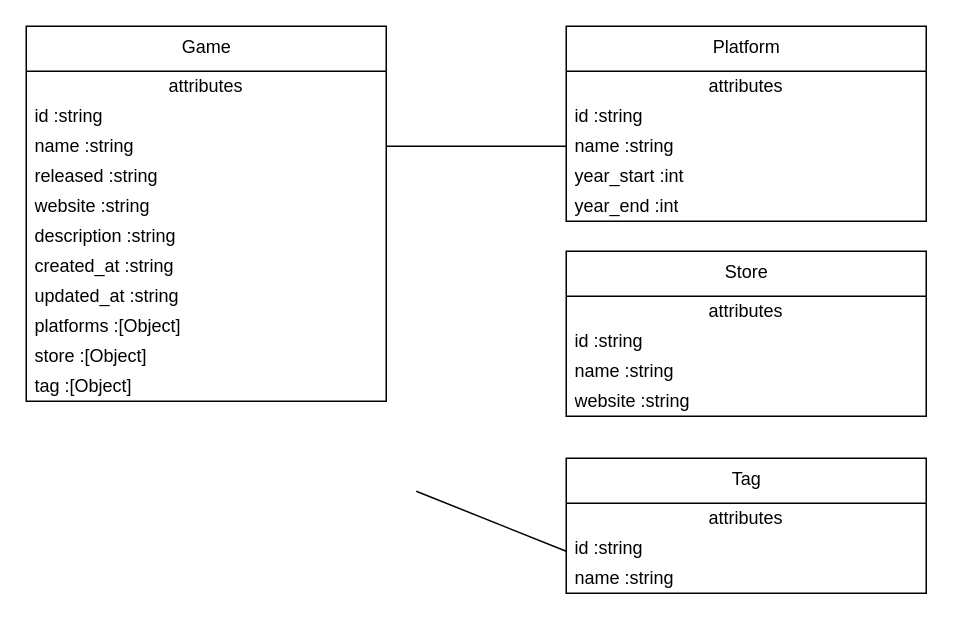
This is architecture/class-diagram.drawio from gmatozinho/games-api, a draw.io file, before an edit. Source tidied: cells renumbered, new cells numbered last; positions are measured from the earlier drawing's top-left corner, leaving out a move shared by most shapes. Both pictures are drawn from the tidied source at 150%, with x=0, y=0 at pixel (26, 26).
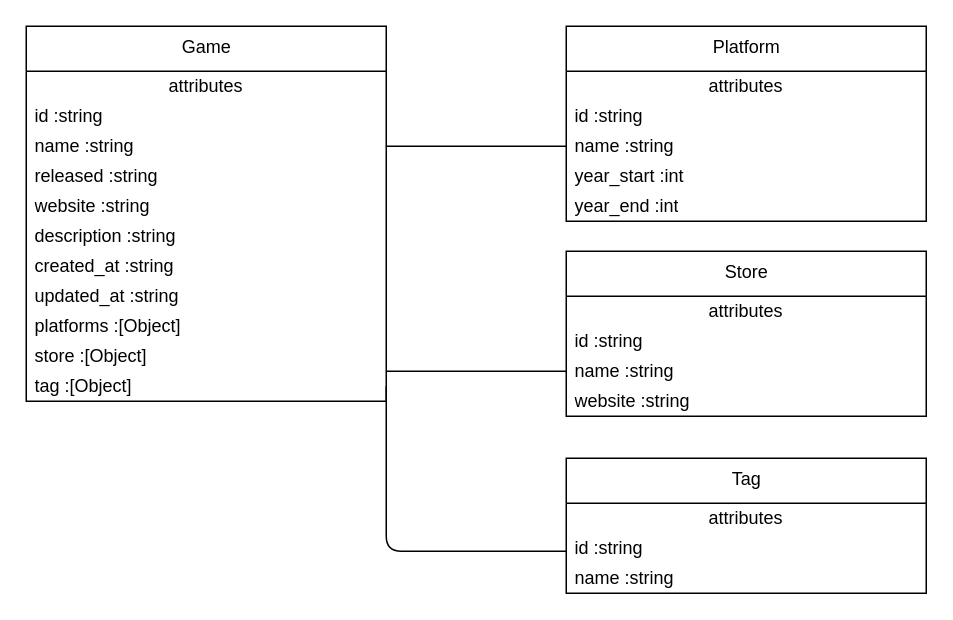
The same page after the edit.

The change refers to these unchanged cells:
```xml
<mxCell id="13" value="tag :[Object]" style="text;html=1;strokeColor=none;fillColor=none;align=left;verticalAlign=middle;spacingLeft=4;spacingRight=4;overflow=hidden;points=[[0,0.5],[1,0.5]];portConstraint=eastwest;" parent="2" vertex="1">
  <mxGeometry y="230" width="240" height="20" as="geometry" />
</mxCell>
<mxCell id="27" value="name :string" style="text;html=1;strokeColor=none;fillColor=none;align=left;verticalAlign=middle;spacingLeft=4;spacingRight=4;overflow=hidden;points=[[0,0.5],[1,0.5]];portConstraint=eastwest;" parent="24" vertex="1">
  <mxGeometry y="70" width="240" height="20" as="geometry" />
</mxCell>
```

The edit, as a diff of the source:
```diff
@@
-    <mxCell id="30" style="endArrow=none;html=1;" parent="1" edge="1">
+    <mxCell id="30" style="endArrow=none;html=1;exitX=1;exitY=0.5;exitDx=0;exitDy=0;" parent="1" edge="1" source="13">
       <mxGeometry relative="1" as="geometry">
-        <mxPoint x="260" y="310" as="sourcePoint" />
         <mxPoint x="360" y="350" as="targetPoint" />
+        <Array as="points">
+          <mxPoint x="240" y="350" />
+        </Array>
       </mxGeometry>
     </mxCell>
+    <mxCell id="31" style="endArrow=none;html=1;entryX=0;entryY=0.5;entryDx=0;entryDy=0;" parent="1" edge="1" target="27">
+      <mxGeometry relative="1" as="geometry">
+        <mxPoint x="240" y="230" as="sourcePoint" />
+      </mxGeometry>
+    </mxCell>
```
